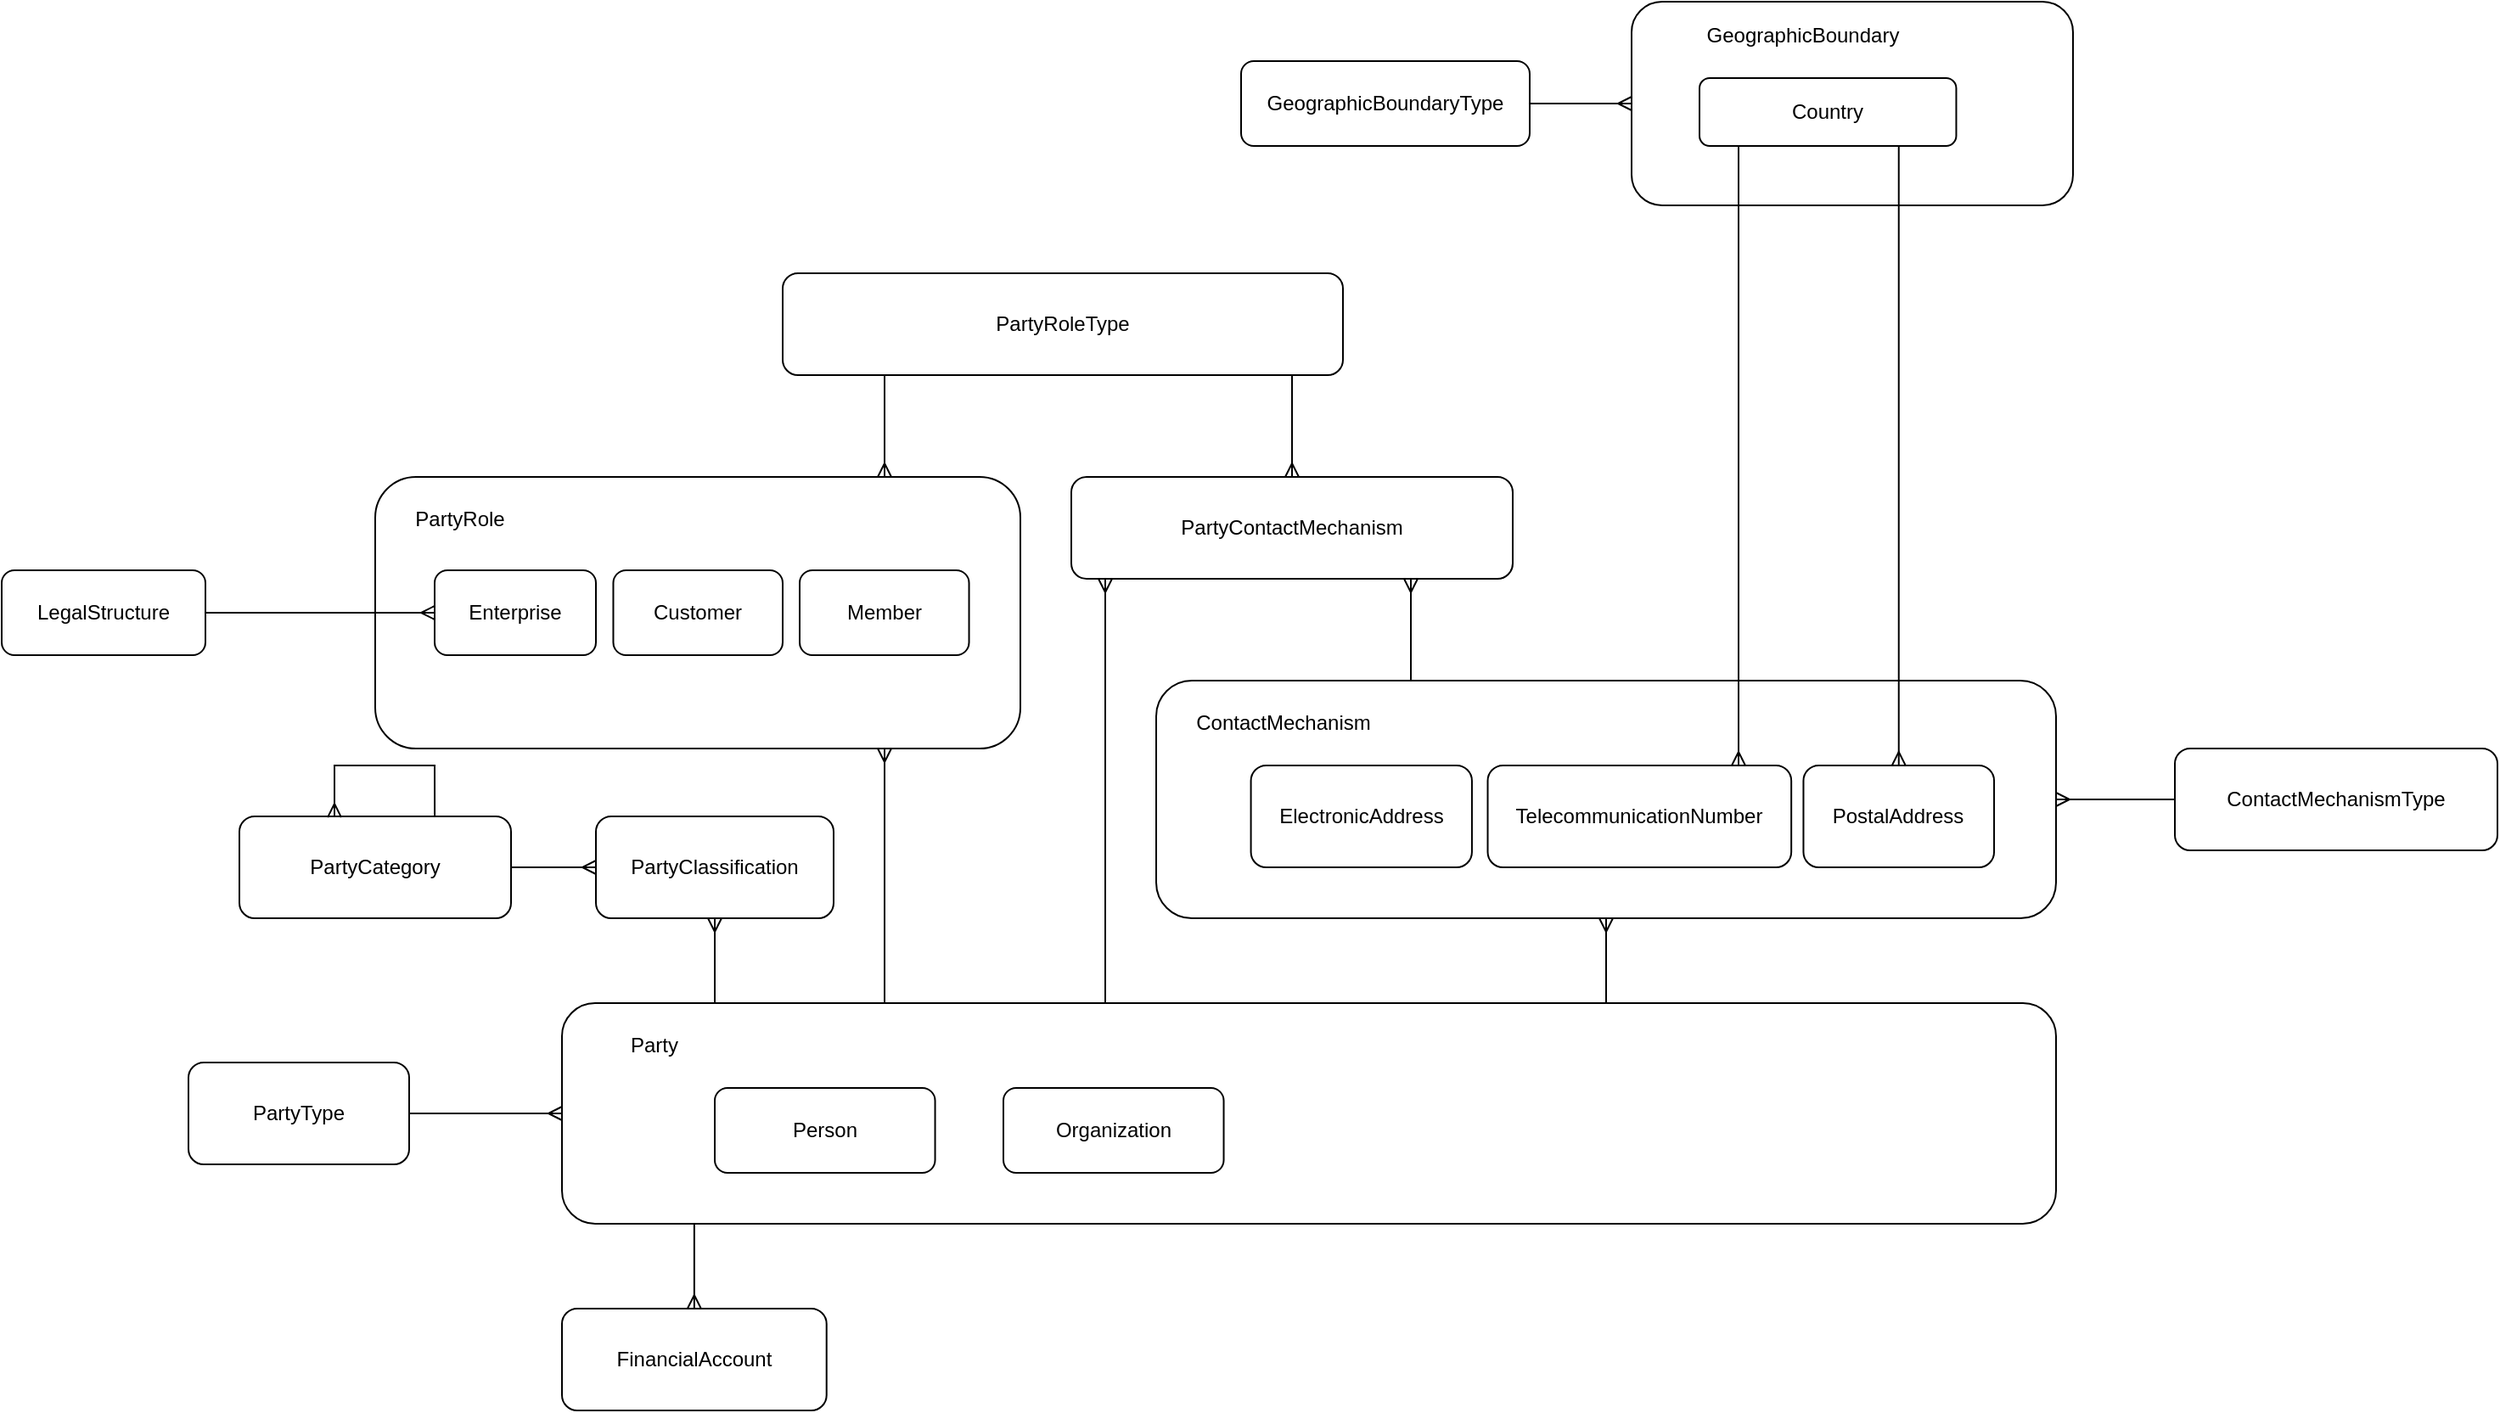
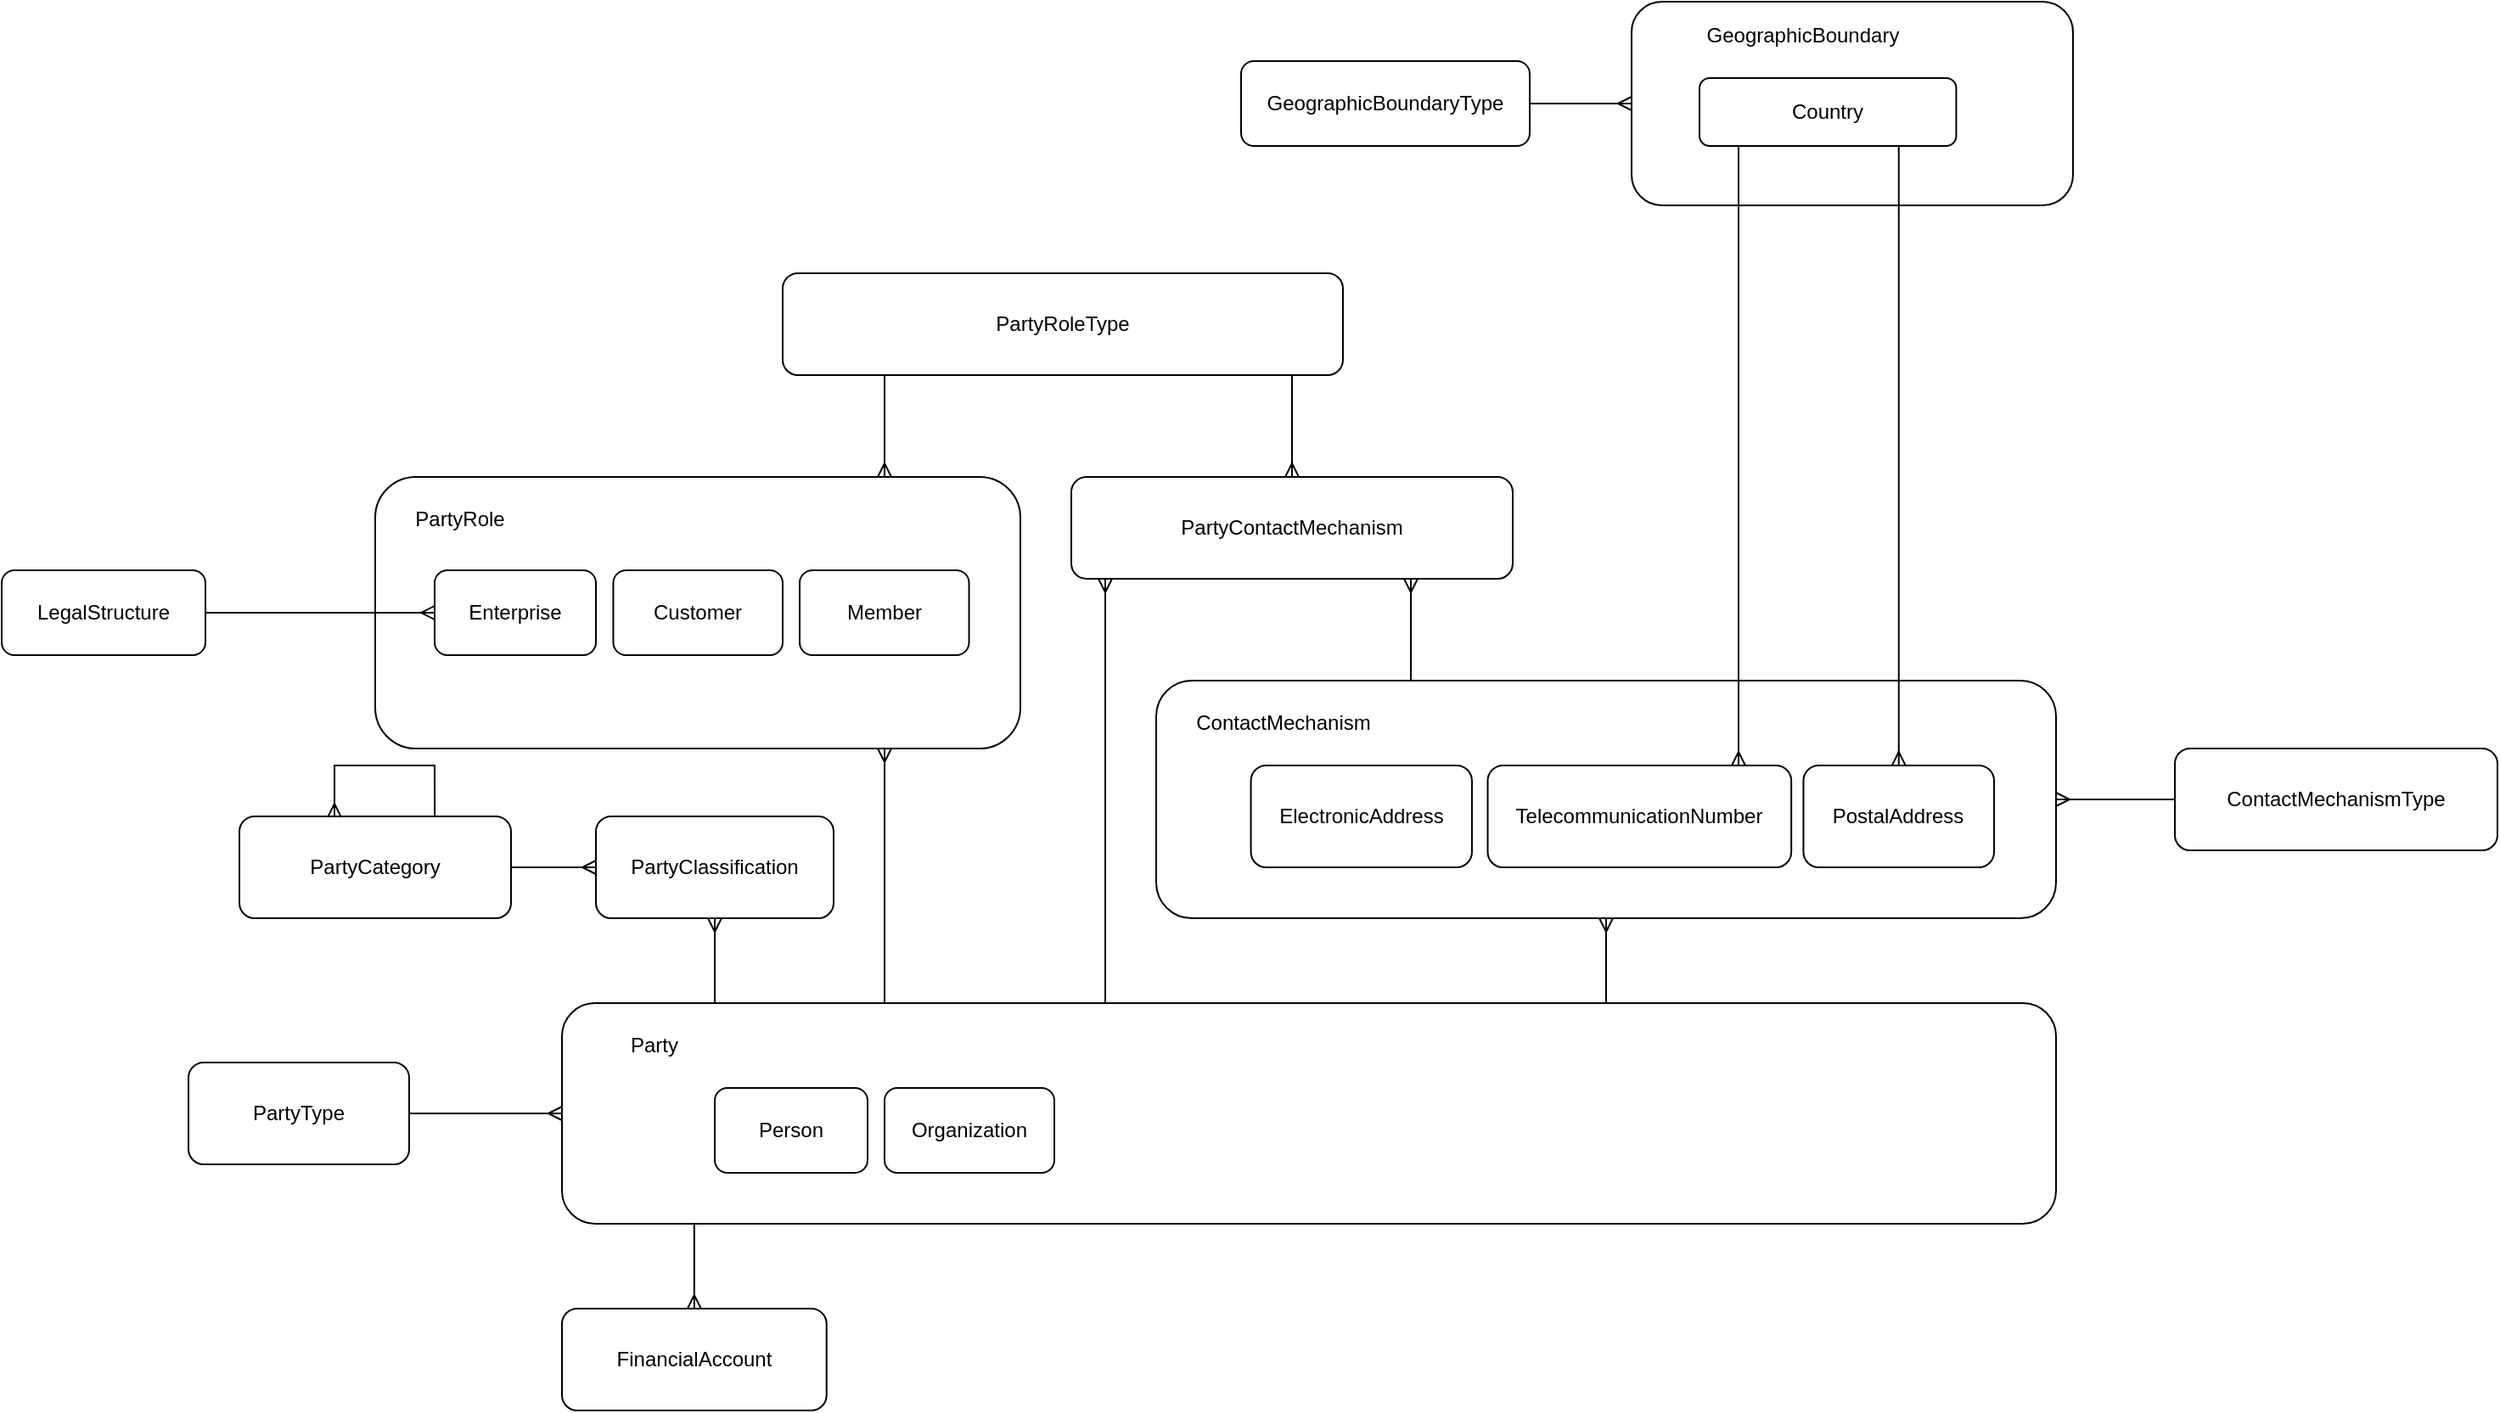
<mxfile host="app.diagrams.net" agent="Mozilla/5.0 (Windows NT 10.0; Win64; x64) AppleWebKit/537.36 (KHTML, like Gecko) Chrome/141.0.0.0 Safari/537.36" version="28.2.9">
  <diagram name="Page-1" id="d0nJ6Fx9cUZLMqGtfM0H">
    <mxGraphModel dx="1947" dy="1755" grid="1" gridSize="10" guides="1" tooltips="1" connect="1" arrows="1" fold="1" page="1" pageScale="1" pageWidth="850" pageHeight="1100" math="0" shadow="0">
      <root>
        <mxCell id="0" />
        <mxCell id="1" parent="0" />
        <mxCell id="tdPrWEJd15tEannaNgth-4" style="edgeStyle=orthogonalEdgeStyle;rounded=0;orthogonalLoop=1;jettySize=auto;html=1;startArrow=ERmany;startFill=0;endArrow=none;endFill=0;" edge="1" parent="1" source="tdPrWEJd15tEannaNgth-2" target="tdPrWEJd15tEannaNgth-3">
          <mxGeometry relative="1" as="geometry" />
        </mxCell>
        <mxCell id="tdPrWEJd15tEannaNgth-3" value="ContactMechanismType" style="rounded=1;whiteSpace=wrap;html=1;" vertex="1" parent="1">
          <mxGeometry x="600" y="260" width="190" height="60" as="geometry" />
        </mxCell>
        <mxCell id="tdPrWEJd15tEannaNgth-13" value="PartyRoleType" style="rounded=1;whiteSpace=wrap;html=1;" vertex="1" parent="1">
          <mxGeometry x="-220" y="-20" width="330" height="60" as="geometry" />
        </mxCell>
        <mxCell id="tdPrWEJd15tEannaNgth-14" style="edgeStyle=orthogonalEdgeStyle;rounded=0;orthogonalLoop=1;jettySize=auto;html=1;startArrow=ERmany;startFill=0;endArrow=none;endFill=0;" edge="1" parent="1" source="tdPrWEJd15tEannaNgth-15" target="tdPrWEJd15tEannaNgth-13">
          <mxGeometry relative="1" as="geometry">
            <mxPoint x="730" y="430" as="sourcePoint" />
            <mxPoint x="730" y="350" as="targetPoint" />
            <Array as="points">
              <mxPoint x="50" y="30" />
              <mxPoint x="50" y="30" />
            </Array>
          </mxGeometry>
        </mxCell>
        <mxCell id="tdPrWEJd15tEannaNgth-15" value="PartyContactMechanism" style="rounded=1;whiteSpace=wrap;html=1;" vertex="1" parent="1">
          <mxGeometry x="-50" y="100" width="260" height="60" as="geometry" />
        </mxCell>
        <mxCell id="tdPrWEJd15tEannaNgth-18" style="edgeStyle=orthogonalEdgeStyle;rounded=0;orthogonalLoop=1;jettySize=auto;html=1;startArrow=ERmany;startFill=0;endArrow=none;endFill=0;" edge="1" parent="1" source="tdPrWEJd15tEannaNgth-15">
          <mxGeometry relative="1" as="geometry">
            <mxPoint x="-30.00117647058829" y="130" as="sourcePoint" />
            <mxPoint x="-30.00117647058829" y="410" as="targetPoint" />
            <Array as="points">
              <mxPoint x="-30" y="210" />
              <mxPoint x="-30" y="210" />
            </Array>
          </mxGeometry>
        </mxCell>
        <mxCell id="tdPrWEJd15tEannaNgth-19" value="" style="group" vertex="1" connectable="0" parent="1">
          <mxGeometry y="220" width="530" height="140" as="geometry" />
        </mxCell>
        <mxCell id="tdPrWEJd15tEannaNgth-2" value="" style="rounded=1;whiteSpace=wrap;html=1;" vertex="1" parent="tdPrWEJd15tEannaNgth-19">
          <mxGeometry width="530" height="140" as="geometry" />
        </mxCell>
        <mxCell id="tdPrWEJd15tEannaNgth-5" value="ElectronicAddress" style="rounded=1;whiteSpace=wrap;html=1;" vertex="1" parent="tdPrWEJd15tEannaNgth-19">
          <mxGeometry x="55.78947368421052" y="50" width="130.17543859649123" height="60" as="geometry" />
        </mxCell>
        <mxCell id="tdPrWEJd15tEannaNgth-6" value="TelecommunicationNumber" style="rounded=1;whiteSpace=wrap;html=1;" vertex="1" parent="tdPrWEJd15tEannaNgth-19">
          <mxGeometry x="195.26315789473682" y="50" width="178.81456140350878" height="60" as="geometry" />
        </mxCell>
        <mxCell id="tdPrWEJd15tEannaNgth-7" value="ContactMechanism" style="text;html=1;whiteSpace=wrap;strokeColor=none;fillColor=none;align=center;verticalAlign=middle;rounded=0;" vertex="1" parent="tdPrWEJd15tEannaNgth-19">
          <mxGeometry x="27.896882591093107" y="10" width="94.41295546558705" height="30" as="geometry" />
        </mxCell>
        <mxCell id="tdPrWEJd15tEannaNgth-8" value="PostalAddress" style="rounded=1;whiteSpace=wrap;html=1;" vertex="1" parent="tdPrWEJd15tEannaNgth-19">
          <mxGeometry x="381.2280701754386" y="50" width="112.29491228070175" height="60" as="geometry" />
        </mxCell>
        <mxCell id="tdPrWEJd15tEannaNgth-20" style="edgeStyle=orthogonalEdgeStyle;rounded=0;orthogonalLoop=1;jettySize=auto;html=1;startArrow=ERmany;startFill=0;endArrow=none;endFill=0;" edge="1" parent="1" source="tdPrWEJd15tEannaNgth-15" target="tdPrWEJd15tEannaNgth-2">
          <mxGeometry relative="1" as="geometry">
            <mxPoint x="370" y="130" as="sourcePoint" />
            <mxPoint x="370" y="440" as="targetPoint" />
            <Array as="points">
              <mxPoint x="150" y="170" />
              <mxPoint x="150" y="170" />
            </Array>
          </mxGeometry>
        </mxCell>
        <mxCell id="tdPrWEJd15tEannaNgth-21" style="edgeStyle=orthogonalEdgeStyle;rounded=0;orthogonalLoop=1;jettySize=auto;html=1;startArrow=ERmany;startFill=0;endArrow=none;endFill=0;" edge="1" parent="1" source="tdPrWEJd15tEannaNgth-2" target="tdPrWEJd15tEannaNgth-1">
          <mxGeometry relative="1" as="geometry">
            <mxPoint x="240" y="400" as="sourcePoint" />
            <mxPoint x="240" y="470" as="targetPoint" />
            <Array as="points">
              <mxPoint x="305" y="420" />
              <mxPoint x="305" y="420" />
            </Array>
          </mxGeometry>
        </mxCell>
        <mxCell id="tdPrWEJd15tEannaNgth-22" value="LegalStructure" style="rounded=1;whiteSpace=wrap;html=1;" vertex="1" parent="1">
          <mxGeometry x="-680" y="155" width="120" height="50" as="geometry" />
        </mxCell>
        <mxCell id="tdPrWEJd15tEannaNgth-27" value="PartyClassification" style="rounded=1;whiteSpace=wrap;html=1;" vertex="1" parent="1">
          <mxGeometry x="-330" y="300" width="140" height="60" as="geometry" />
        </mxCell>
        <mxCell id="tdPrWEJd15tEannaNgth-28" value="PartyCategory" style="rounded=1;whiteSpace=wrap;html=1;" vertex="1" parent="1">
          <mxGeometry x="-540" y="300" width="160" height="60" as="geometry" />
        </mxCell>
        <mxCell id="tdPrWEJd15tEannaNgth-31" style="edgeStyle=orthogonalEdgeStyle;rounded=0;orthogonalLoop=1;jettySize=auto;html=1;startArrow=ERmany;startFill=0;endArrow=none;endFill=0;" edge="1" parent="1" source="tdPrWEJd15tEannaNgth-27" target="tdPrWEJd15tEannaNgth-1">
          <mxGeometry relative="1" as="geometry">
            <mxPoint x="-260" y="180" as="sourcePoint" />
            <mxPoint x="-260" y="250" as="targetPoint" />
            <Array as="points">
              <mxPoint x="-260" y="370" />
              <mxPoint x="-260" y="370" />
            </Array>
          </mxGeometry>
        </mxCell>
        <mxCell id="tdPrWEJd15tEannaNgth-32" style="edgeStyle=orthogonalEdgeStyle;rounded=0;orthogonalLoop=1;jettySize=auto;html=1;startArrow=ERmany;startFill=0;endArrow=none;endFill=0;" edge="1" parent="1" source="tdPrWEJd15tEannaNgth-27" target="tdPrWEJd15tEannaNgth-28">
          <mxGeometry relative="1" as="geometry">
            <mxPoint x="-230" y="210" as="sourcePoint" />
            <mxPoint x="-230" y="280" as="targetPoint" />
            <Array as="points" />
          </mxGeometry>
        </mxCell>
        <mxCell id="tdPrWEJd15tEannaNgth-33" style="edgeStyle=orthogonalEdgeStyle;rounded=0;orthogonalLoop=1;jettySize=auto;html=1;startArrow=ERmany;startFill=0;endArrow=none;endFill=0;exitX=0.35;exitY=0.009;exitDx=0;exitDy=0;exitPerimeter=0;entryX=0.719;entryY=0;entryDx=0;entryDy=0;entryPerimeter=0;" edge="1" parent="1" source="tdPrWEJd15tEannaNgth-28" target="tdPrWEJd15tEannaNgth-28">
          <mxGeometry relative="1" as="geometry">
            <mxPoint x="-485" y="290" as="sourcePoint" />
            <mxPoint x="-425" y="290" as="targetPoint" />
            <Array as="points">
              <mxPoint x="-484" y="270" />
              <mxPoint x="-425" y="270" />
            </Array>
          </mxGeometry>
        </mxCell>
        <mxCell id="tdPrWEJd15tEannaNgth-35" value="" style="rounded=1;whiteSpace=wrap;html=1;" vertex="1" parent="1">
          <mxGeometry x="-460" y="100" width="380" height="160" as="geometry" />
        </mxCell>
        <mxCell id="tdPrWEJd15tEannaNgth-37" style="edgeStyle=orthogonalEdgeStyle;rounded=0;orthogonalLoop=1;jettySize=auto;html=1;startArrow=ERmany;startFill=0;endArrow=none;endFill=0;" edge="1" parent="1" source="tdPrWEJd15tEannaNgth-35">
          <mxGeometry relative="1" as="geometry">
            <mxPoint x="-160" y="260.0000000000002" as="sourcePoint" />
            <mxPoint x="-160" y="410" as="targetPoint" />
            <Array as="points">
              <mxPoint x="-160" y="260" />
            </Array>
          </mxGeometry>
        </mxCell>
        <mxCell id="tdPrWEJd15tEannaNgth-38" style="edgeStyle=orthogonalEdgeStyle;rounded=0;orthogonalLoop=1;jettySize=auto;html=1;startArrow=ERmany;startFill=0;endArrow=none;endFill=0;" edge="1" parent="1" source="tdPrWEJd15tEannaNgth-35" target="tdPrWEJd15tEannaNgth-13">
          <mxGeometry relative="1" as="geometry">
            <mxPoint x="-150" y="170" as="sourcePoint" />
            <mxPoint x="-150" y="20" as="targetPoint" />
            <Array as="points">
              <mxPoint x="-160" y="60" />
              <mxPoint x="-160" y="60" />
            </Array>
          </mxGeometry>
        </mxCell>
        <mxCell id="tdPrWEJd15tEannaNgth-1" value="" style="rounded=1;whiteSpace=wrap;html=1;" vertex="1" parent="1">
          <mxGeometry x="-350" y="410" width="880" height="130" as="geometry" />
        </mxCell>
        <mxCell id="tdPrWEJd15tEannaNgth-9" value="Party" style="text;html=1;whiteSpace=wrap;strokeColor=none;fillColor=none;align=center;verticalAlign=middle;rounded=0;" vertex="1" parent="1">
          <mxGeometry x="-336.46153846153845" y="420" width="81.23076923076923" height="30" as="geometry" />
        </mxCell>
        <mxCell id="tdPrWEJd15tEannaNgth-17" value="Enterprise" style="rounded=1;whiteSpace=wrap;html=1;" vertex="1" parent="1">
          <mxGeometry x="-425" y="155" width="95" height="50" as="geometry" />
        </mxCell>
        <mxCell id="tdPrWEJd15tEannaNgth-40" value="PartyRole" style="text;html=1;whiteSpace=wrap;strokeColor=none;fillColor=none;align=center;verticalAlign=middle;rounded=0;" vertex="1" parent="1">
          <mxGeometry x="-440" y="110" width="60" height="30" as="geometry" />
        </mxCell>
        <mxCell id="tdPrWEJd15tEannaNgth-42" style="edgeStyle=orthogonalEdgeStyle;rounded=0;orthogonalLoop=1;jettySize=auto;html=1;startArrow=ERmany;startFill=0;endArrow=none;endFill=0;" edge="1" parent="1" source="tdPrWEJd15tEannaNgth-17" target="tdPrWEJd15tEannaNgth-22">
          <mxGeometry relative="1" as="geometry">
            <mxPoint x="-90" y="320" as="sourcePoint" />
            <mxPoint x="-90" y="480" as="targetPoint" />
            <Array as="points" />
          </mxGeometry>
        </mxCell>
        <mxCell id="tdPrWEJd15tEannaNgth-43" value="Customer" style="rounded=1;whiteSpace=wrap;html=1;" vertex="1" parent="1">
          <mxGeometry x="-319.77" y="155" width="99.77" height="50" as="geometry" />
        </mxCell>
        <mxCell id="tdPrWEJd15tEannaNgth-44" value="Person" style="rounded=1;whiteSpace=wrap;html=1;" vertex="1" parent="1">
-           <mxGeometry x="-260" y="460" width="129.77" height="50" as="geometry" />
+           <mxGeometry x="-260" y="460" width="90" height="50" as="geometry" />
        </mxCell>
        <mxCell id="tdPrWEJd15tEannaNgth-45" value="Organization" style="rounded=1;whiteSpace=wrap;html=1;" vertex="1" parent="1">
-           <mxGeometry x="-90" y="460" width="129.77" height="50" as="geometry" />
+           <mxGeometry x="-160" y="460" width="100" height="50" as="geometry" />
        </mxCell>
        <mxCell id="tdPrWEJd15tEannaNgth-46" value="FinancialAccount" style="rounded=1;whiteSpace=wrap;html=1;" vertex="1" parent="1">
          <mxGeometry x="-350" y="590" width="155.85" height="60" as="geometry" />
        </mxCell>
        <mxCell id="tdPrWEJd15tEannaNgth-47" style="edgeStyle=orthogonalEdgeStyle;rounded=0;orthogonalLoop=1;jettySize=auto;html=1;startArrow=ERmany;startFill=0;endArrow=none;endFill=0;" edge="1" parent="1" source="tdPrWEJd15tEannaNgth-46" target="tdPrWEJd15tEannaNgth-1">
          <mxGeometry relative="1" as="geometry">
            <mxPoint x="-80" y="670" as="sourcePoint" />
            <mxPoint x="-80" y="730" as="targetPoint" />
            <Array as="points">
              <mxPoint x="-278" y="610" />
              <mxPoint x="-278" y="610" />
            </Array>
          </mxGeometry>
        </mxCell>
        <mxCell id="tdPrWEJd15tEannaNgth-48" value="" style="rounded=1;whiteSpace=wrap;html=1;" vertex="1" parent="1">
          <mxGeometry x="280" y="-180" width="260" height="120" as="geometry" />
        </mxCell>
        <mxCell id="tdPrWEJd15tEannaNgth-49" value="GeographicBoundary" style="text;html=1;whiteSpace=wrap;strokeColor=none;fillColor=none;align=center;verticalAlign=middle;rounded=0;" vertex="1" parent="1">
          <mxGeometry x="310" y="-175" width="142.07" height="30" as="geometry" />
        </mxCell>
        <mxCell id="tdPrWEJd15tEannaNgth-50" value="GeographicBoundaryType" style="rounded=1;whiteSpace=wrap;html=1;" vertex="1" parent="1">
          <mxGeometry x="50" y="-145" width="170" height="50" as="geometry" />
        </mxCell>
        <mxCell id="tdPrWEJd15tEannaNgth-51" value="Country" style="rounded=1;whiteSpace=wrap;html=1;" vertex="1" parent="1">
          <mxGeometry x="320" y="-135" width="151.23" height="40" as="geometry" />
        </mxCell>
        <mxCell id="tdPrWEJd15tEannaNgth-52" style="edgeStyle=orthogonalEdgeStyle;rounded=0;orthogonalLoop=1;jettySize=auto;html=1;startArrow=ERmany;startFill=0;endArrow=none;endFill=0;" edge="1" parent="1" source="tdPrWEJd15tEannaNgth-48" target="tdPrWEJd15tEannaNgth-50">
          <mxGeometry relative="1" as="geometry">
            <mxPoint x="120" y="60" as="sourcePoint" />
            <mxPoint x="120" as="targetPoint" />
            <Array as="points" />
          </mxGeometry>
        </mxCell>
        <mxCell id="tdPrWEJd15tEannaNgth-53" style="edgeStyle=orthogonalEdgeStyle;rounded=0;orthogonalLoop=1;jettySize=auto;html=1;startArrow=ERmany;startFill=0;endArrow=none;endFill=0;" edge="1" parent="1" source="tdPrWEJd15tEannaNgth-8" target="tdPrWEJd15tEannaNgth-51">
          <mxGeometry relative="1" as="geometry">
            <mxPoint x="544" y="60" as="sourcePoint" />
            <mxPoint x="460" y="60" as="targetPoint" />
            <Array as="points">
              <mxPoint x="440" y="-110" />
            </Array>
          </mxGeometry>
        </mxCell>
        <mxCell id="tdPrWEJd15tEannaNgth-54" style="edgeStyle=orthogonalEdgeStyle;rounded=0;orthogonalLoop=1;jettySize=auto;html=1;startArrow=ERmany;startFill=0;endArrow=none;endFill=0;" edge="1" parent="1" source="tdPrWEJd15tEannaNgth-6" target="tdPrWEJd15tEannaNgth-51">
          <mxGeometry relative="1" as="geometry">
            <mxPoint x="340" y="490" as="sourcePoint" />
            <mxPoint x="340" y="125" as="targetPoint" />
            <Array as="points">
              <mxPoint x="343" y="190" />
              <mxPoint x="343" y="190" />
            </Array>
          </mxGeometry>
        </mxCell>
        <mxCell id="tdPrWEJd15tEannaNgth-55" value="PartyType" style="rounded=1;whiteSpace=wrap;html=1;" vertex="1" parent="1">
          <mxGeometry x="-570" y="445" width="130" height="60" as="geometry" />
        </mxCell>
        <mxCell id="tdPrWEJd15tEannaNgth-56" style="edgeStyle=orthogonalEdgeStyle;rounded=0;orthogonalLoop=1;jettySize=auto;html=1;startArrow=ERmany;startFill=0;endArrow=none;endFill=0;" edge="1" parent="1" source="tdPrWEJd15tEannaNgth-1" target="tdPrWEJd15tEannaNgth-55">
          <mxGeometry relative="1" as="geometry">
            <mxPoint x="-275" y="470" as="sourcePoint" />
            <mxPoint x="-410" y="470" as="targetPoint" />
            <Array as="points" />
          </mxGeometry>
        </mxCell>
        <mxCell id="tdPrWEJd15tEannaNgth-57" value="Member" style="rounded=1;whiteSpace=wrap;html=1;" vertex="1" parent="1">
          <mxGeometry x="-210" y="155" width="99.77" height="50" as="geometry" />
        </mxCell>
      </root>
    </mxGraphModel>
  </diagram>
</mxfile>
